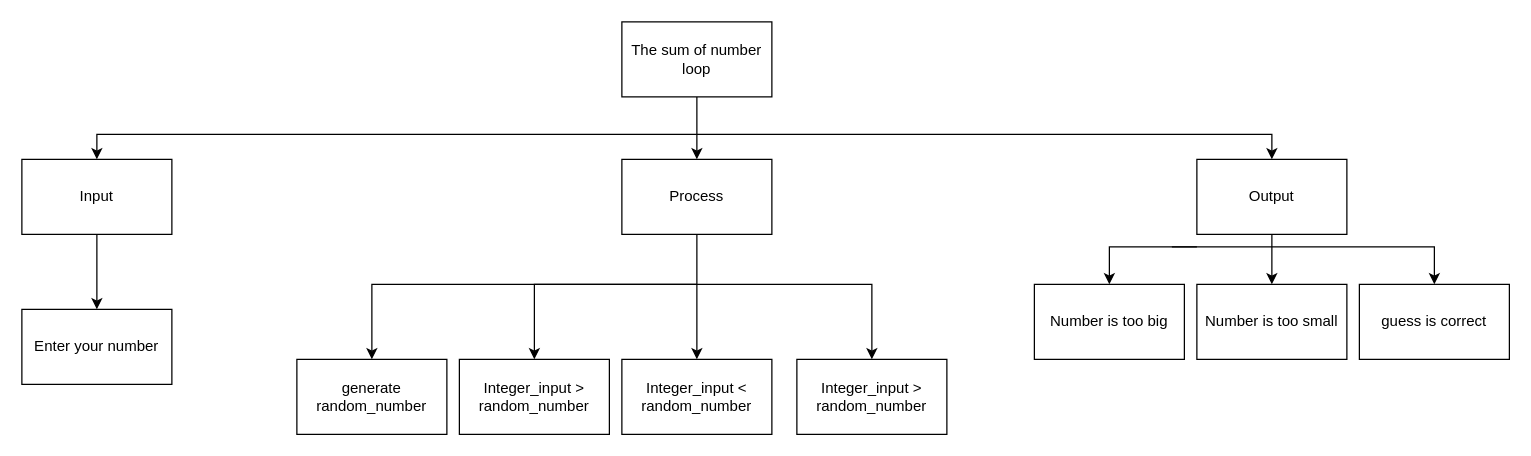
Before: Drawio/TopDown.Drawio in JacksonNaufal/ICS3U-Unit4-06-Python, a draw.io diagram. Source tidied: cells renumbered, new cells numbered last; positions are measured from the earlier drawing's top-left corner, leaving out a move shared by most shapes. Both pictures are drawn from the tidied source at 125%, with x=0, y=0 at pixel (21, 21).
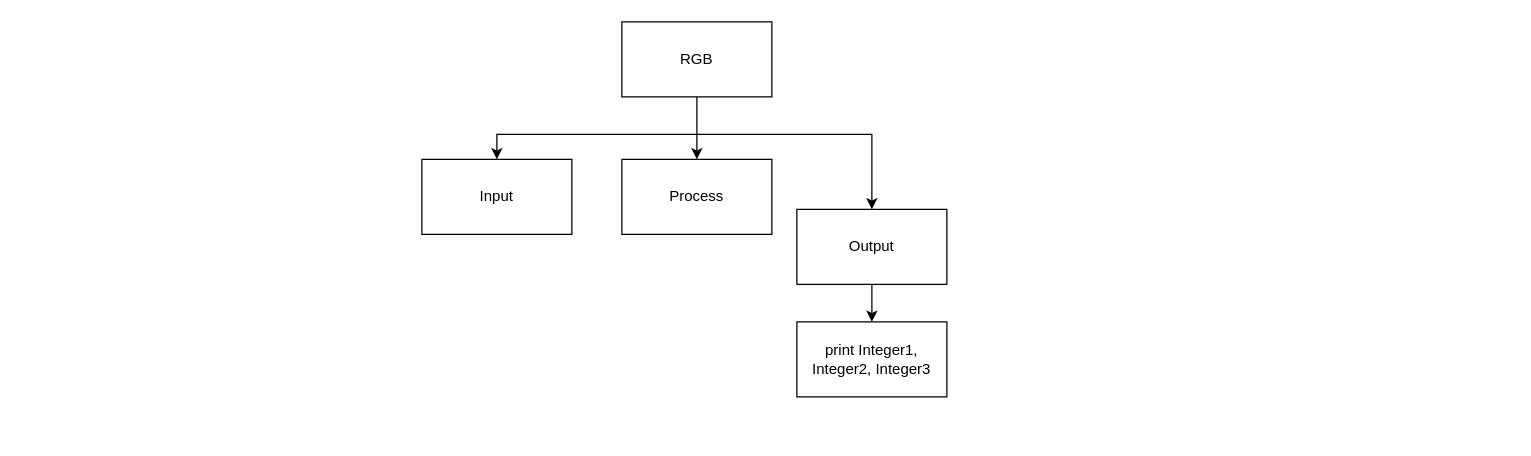
After the change.

Change to the diagram source:
```diff
@@
     <mxCell id="3" style="edgeStyle=none;rounded=0;html=1;entryX=0.5;entryY=0;entryDx=0;entryDy=0;" parent="1" edge="1" target="7">
       <mxGeometry relative="1" as="geometry">
         <mxPoint x="540" y="90" as="sourcePoint" />
         <Array as="points">
-          <mxPoint x="60" y="90" />
+          <mxPoint x="380" y="90" />
         </Array>
       </mxGeometry>
     </mxCell>
     <mxCell id="4" style="edgeStyle=none;rounded=0;html=1;entryX=0.5;entryY=0;entryDx=0;entryDy=0;" parent="1" edge="1" target="16">
       <mxGeometry relative="1" as="geometry">
         <mxPoint x="540" y="90" as="sourcePoint" />
         <Array as="points">
-          <mxPoint x="760" y="90" />
-          <mxPoint x="1000" y="90" />
+          <mxPoint x="680" y="90" />
         </Array>
       </mxGeometry>
     </mxCell>
-    <mxCell id="5" value="The sum of number loop" style="rounded=0;whiteSpace=wrap;html=1;" parent="1" vertex="1">
+    <mxCell id="5" value="RGB" style="rounded=0;whiteSpace=wrap;html=1;" parent="1" vertex="1">
       <mxGeometry x="480" width="120" height="60" as="geometry" />
     </mxCell>
-    <mxCell id="6" style="edgeStyle=none;html=1;" parent="1" edge="1" source="7" target="17">
-      <mxGeometry relative="1" as="geometry" />
-    </mxCell>
     <mxCell id="7" value="Input" style="rounded=0;whiteSpace=wrap;html=1;" parent="1" vertex="1">
-      <mxGeometry y="110" width="120" height="60" as="geometry" />
+      <mxGeometry x="320" y="110" width="120" height="60" as="geometry" />
     </mxCell>
-    <mxCell id="8" style="edgeStyle=none;html=1;rounded=0;" parent="1" edge="1" target="19">
-      <mxGeometry relative="1" as="geometry">
-        <mxPoint x="540" y="210" as="sourcePoint" />
-        <Array as="points">
-          <mxPoint x="680" y="210" />
-        </Array>
-      </mxGeometry>
-    </mxCell>
-    <mxCell id="9" style="edgeStyle=none;html=1;entryX=0.5;entryY=0;entryDx=0;entryDy=0;" parent="1" edge="1" source="12" target="20">
-      <mxGeometry relative="1" as="geometry" />
-    </mxCell>
-    <mxCell id="10" style="edgeStyle=none;html=1;entryX=0.5;entryY=0;entryDx=0;entryDy=0;rounded=0;" parent="1" edge="1" target="23">
-      <mxGeometry relative="1" as="geometry">
-        <mxPoint x="540" y="210" as="sourcePoint" />
-        <Array as="points">
-          <mxPoint x="410" y="210" />
-        </Array>
-      </mxGeometry>
-    </mxCell>
+    <mxCell id="12" value="Process" style="rounded=0;whiteSpace=wrap;html=1;" parent="1" vertex="1">
+      <mxGeometry x="480" y="110" width="120" height="60" as="geometry" />
+    </mxCell>
-    <mxCell id="11" style="edgeStyle=none;html=1;entryX=0.5;entryY=0;entryDx=0;entryDy=0;rounded=0;" parent="1" edge="1" target="21">
-      <mxGeometry relative="1" as="geometry">
-        <mxPoint x="540" y="210" as="sourcePoint" />
-        <Array as="points">
-          <mxPoint x="280" y="210" />
-        </Array>
-      </mxGeometry>
+    <mxCell id="11" style="edgeStyle=none;html=1;" parent="1" edge="1" source="16" target="22">
+      <mxGeometry relative="1" as="geometry" />
     </mxCell>
-    <mxCell id="12" value="Process" style="rounded=0;whiteSpace=wrap;html=1;" parent="1" vertex="1">
-      <mxGeometry x="480" y="110" width="120" height="60" as="geometry" />
-    </mxCell>
-    <mxCell id="13" style="edgeStyle=none;rounded=0;html=1;" parent="1" edge="1" target="18">
-      <mxGeometry relative="1" as="geometry">
-        <mxPoint x="920" y="180" as="sourcePoint" />
-        <Array as="points">
-          <mxPoint x="1130" y="180" />
-        </Array>
-      </mxGeometry>
-    </mxCell>
-    <mxCell id="14" style="edgeStyle=none;html=1;entryX=0.5;entryY=0;entryDx=0;entryDy=0;rounded=0;" parent="1" edge="1" target="22">
-      <mxGeometry relative="1" as="geometry">
-        <mxPoint x="940" y="180" as="sourcePoint" />
-        <Array as="points">
-          <mxPoint x="870" y="180" />
-        </Array>
-      </mxGeometry>
-    </mxCell>
-    <mxCell id="15" style="edgeStyle=none;html=1;entryX=0.5;entryY=0;entryDx=0;entryDy=0;" parent="1" edge="1" source="16" target="24">
-      <mxGeometry relative="1" as="geometry" />
-    </mxCell>
     <mxCell id="16" value="Output" style="rounded=0;whiteSpace=wrap;html=1;" parent="1" vertex="1">
-      <mxGeometry x="940" y="110" width="120" height="60" as="geometry" />
+      <mxGeometry x="620" y="150" width="120" height="60" as="geometry" />
     </mxCell>
-    <mxCell id="17" value="Enter your number" style="rounded=0;whiteSpace=wrap;html=1;" parent="1" vertex="1">
-      <mxGeometry y="230" width="120" height="60" as="geometry" />
-    </mxCell>
-    <mxCell id="18" value="guess is correct" style="rounded=0;whiteSpace=wrap;html=1;" parent="1" vertex="1">
-      <mxGeometry x="1070" y="210" width="120" height="60" as="geometry" />
-    </mxCell>
-    <mxCell id="19" value="Integer_input &amp;gt; random_number" style="rounded=0;whiteSpace=wrap;html=1;" parent="1" vertex="1">
-      <mxGeometry x="620" y="270" width="120" height="60" as="geometry" />
-    </mxCell>
-    <mxCell id="20" value="Integer_input &amp;lt; random_number" style="rounded=0;whiteSpace=wrap;html=1;" parent="1" vertex="1">
-      <mxGeometry x="480" y="270" width="120" height="60" as="geometry" />
-    </mxCell>
-    <mxCell id="21" value="generate random_number" style="rounded=0;whiteSpace=wrap;html=1;" parent="1" vertex="1">
-      <mxGeometry x="220" y="270" width="120" height="60" as="geometry" />
-    </mxCell>
-    <mxCell id="22" value="Number is too big" style="rounded=0;whiteSpace=wrap;html=1;" parent="1" vertex="1">
-      <mxGeometry x="810" y="210" width="120" height="60" as="geometry" />
+    <mxCell id="22" value="print Integer1, Integer2, Integer3" style="rounded=0;whiteSpace=wrap;html=1;" parent="1" vertex="1">
+      <mxGeometry x="620" y="240" width="120" height="60" as="geometry" />
     </mxCell>
-    <mxCell id="23" value="Integer_input &amp;gt; random_number" style="rounded=0;whiteSpace=wrap;html=1;" parent="1" vertex="1">
-      <mxGeometry x="350" y="270" width="120" height="60" as="geometry" />
-    </mxCell>
-    <mxCell id="24" value="Number is too small" style="rounded=0;whiteSpace=wrap;html=1;" parent="1" vertex="1">
-      <mxGeometry x="940" y="210" width="120" height="60" as="geometry" />
-    </mxCell>
```
